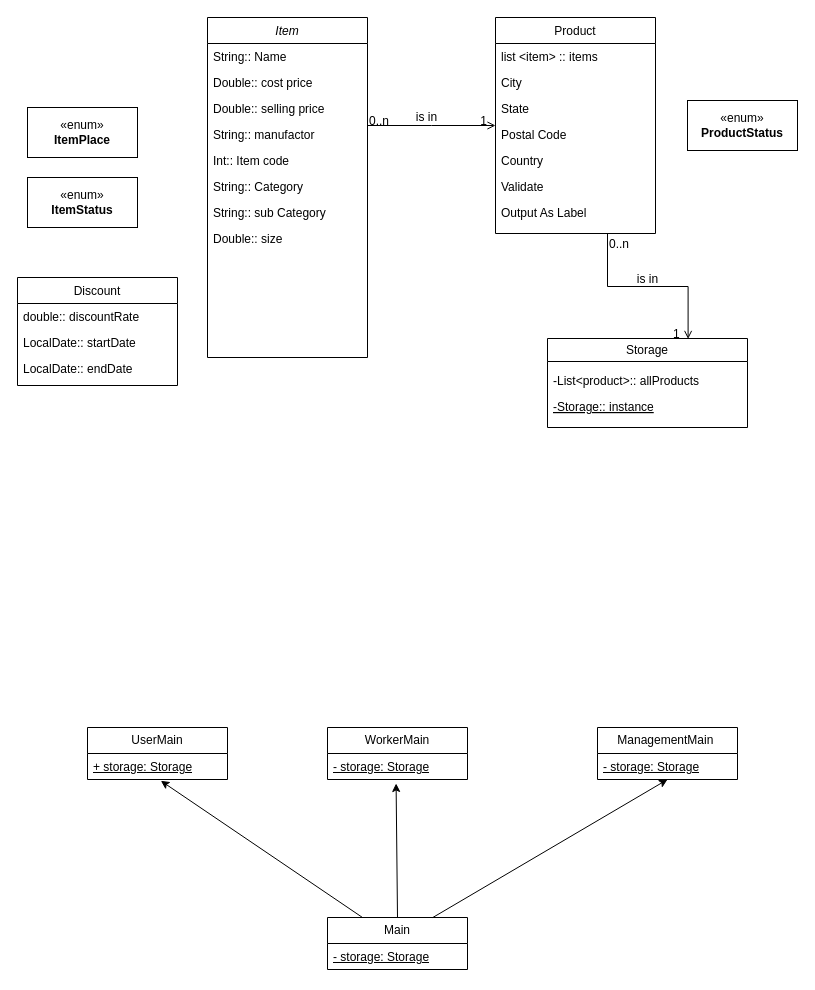
The draw.io diagram page "Page-1" (1 of 2) of dev/storage/src/Classes/Untitled Diagram.drawio in AdvaHalamish/ADSS_Group_DDD_a, before the edit. Source tidied: cells renumbered, new cells numbered last; positions are measured from the earlier drawing's top-left corner, leaving out a move shared by most shapes. Both pictures are drawn from the tidied source at 100%, with x=0, y=0 at pixel (17, 17).
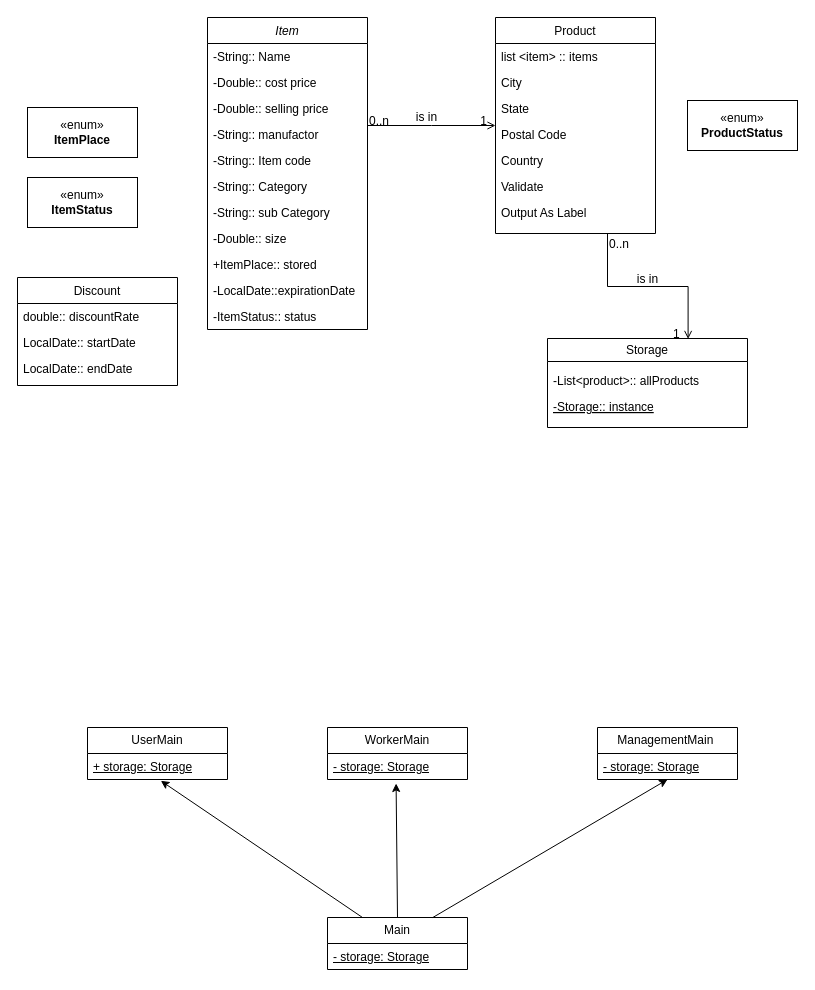
The same page after the edit.

Change to the diagram source:
```diff
@@
     <mxCell id="2" value="Item" style="swimlane;fontStyle=2;align=center;verticalAlign=top;horizontal=1;startSize=26;rounded=0;shadow=0;strokeWidth=1;" parent="1" vertex="1">
-      <mxGeometry x="190" width="160" height="340" as="geometry" />
+      <mxGeometry x="190" width="160" height="312" as="geometry" />
     </mxCell>
-    <mxCell id="3" value="String:: Name" style="text;align=left;verticalAlign=top;spacingLeft=4;spacingRight=4;overflow=hidden;" parent="2" vertex="1">
+    <mxCell id="3" value="-String:: Name" style="text;align=left;verticalAlign=top;spacingLeft=4;spacingRight=4;overflow=hidden;" parent="2" vertex="1">
       <mxGeometry y="26" width="160" height="26" as="geometry" />
     </mxCell>
-    <mxCell id="4" value="Double:: cost price" style="text;align=left;verticalAlign=top;spacingLeft=4;spacingRight=4;overflow=hidden;rounded=0;shadow=0;html=0;" parent="2" vertex="1">
+    <mxCell id="4" value="-Double:: cost price" style="text;align=left;verticalAlign=top;spacingLeft=4;spacingRight=4;overflow=hidden;rounded=0;shadow=0;html=0;" parent="2" vertex="1">
       <mxGeometry y="52" width="160" height="26" as="geometry" />
     </mxCell>
-    <mxCell id="5" value="Double:: selling price" style="text;align=left;verticalAlign=top;spacingLeft=4;spacingRight=4;overflow=hidden;rounded=0;shadow=0;html=0;" parent="2" vertex="1">
+    <mxCell id="5" value="-Double:: selling price" style="text;align=left;verticalAlign=top;spacingLeft=4;spacingRight=4;overflow=hidden;rounded=0;shadow=0;html=0;" parent="2" vertex="1">
       <mxGeometry y="78" width="160" height="26" as="geometry" />
     </mxCell>
-    <mxCell id="6" value="String:: manufactor" style="text;align=left;verticalAlign=top;spacingLeft=4;spacingRight=4;overflow=hidden;rounded=0;shadow=0;html=0;" parent="2" vertex="1">
+    <mxCell id="6" value="-String:: manufactor" style="text;align=left;verticalAlign=top;spacingLeft=4;spacingRight=4;overflow=hidden;rounded=0;shadow=0;html=0;" parent="2" vertex="1">
       <mxGeometry y="104" width="160" height="26" as="geometry" />
     </mxCell>
-    <mxCell id="7" value="Int:: Item code" style="text;align=left;verticalAlign=top;spacingLeft=4;spacingRight=4;overflow=hidden;rounded=0;shadow=0;html=0;" parent="2" vertex="1">
+    <mxCell id="7" value="-String:: Item code" style="text;align=left;verticalAlign=top;spacingLeft=4;spacingRight=4;overflow=hidden;rounded=0;shadow=0;html=0;" parent="2" vertex="1">
       <mxGeometry y="130" width="160" height="26" as="geometry" />
     </mxCell>
-    <mxCell id="8" value="String:: Category" style="text;align=left;verticalAlign=top;spacingLeft=4;spacingRight=4;overflow=hidden;rounded=0;shadow=0;html=0;" parent="2" vertex="1">
+    <mxCell id="8" value="-String:: Category" style="text;align=left;verticalAlign=top;spacingLeft=4;spacingRight=4;overflow=hidden;rounded=0;shadow=0;html=0;" parent="2" vertex="1">
       <mxGeometry y="156" width="160" height="26" as="geometry" />
     </mxCell>
-    <mxCell id="9" value="String:: sub Category" style="text;align=left;verticalAlign=top;spacingLeft=4;spacingRight=4;overflow=hidden;rounded=0;shadow=0;html=0;" parent="2" vertex="1">
+    <mxCell id="9" value="-String:: sub Category" style="text;align=left;verticalAlign=top;spacingLeft=4;spacingRight=4;overflow=hidden;rounded=0;shadow=0;html=0;" parent="2" vertex="1">
       <mxGeometry y="182" width="160" height="26" as="geometry" />
     </mxCell>
-    <mxCell id="10" value="Double:: size" style="text;align=left;verticalAlign=top;spacingLeft=4;spacingRight=4;overflow=hidden;rounded=0;shadow=0;html=0;" parent="2" vertex="1">
+    <mxCell id="10" value="-Double:: size" style="text;align=left;verticalAlign=top;spacingLeft=4;spacingRight=4;overflow=hidden;rounded=0;shadow=0;html=0;" parent="2" vertex="1">
       <mxGeometry y="208" width="160" height="26" as="geometry" />
     </mxCell>
+    <mxCell id="48" value="+ItemPlace:: stored" style="text;align=left;verticalAlign=top;spacingLeft=4;spacingRight=4;overflow=hidden;rounded=0;shadow=0;html=0;" parent="2" vertex="1">
+      <mxGeometry y="234" width="160" height="26" as="geometry" />
+    </mxCell>
+    <mxCell id="49" value="-LocalDate::expirationDate" style="text;align=left;verticalAlign=top;spacingLeft=4;spacingRight=4;overflow=hidden;rounded=0;shadow=0;html=0;" parent="2" vertex="1">
+      <mxGeometry y="260" width="160" height="26" as="geometry" />
+    </mxCell>
+    <mxCell id="50" value="-ItemStatus:: status" style="text;align=left;verticalAlign=top;spacingLeft=4;spacingRight=4;overflow=hidden;rounded=0;shadow=0;html=0;" parent="2" vertex="1">
+      <mxGeometry y="286" width="160" height="26" as="geometry" />
+    </mxCell>
```
